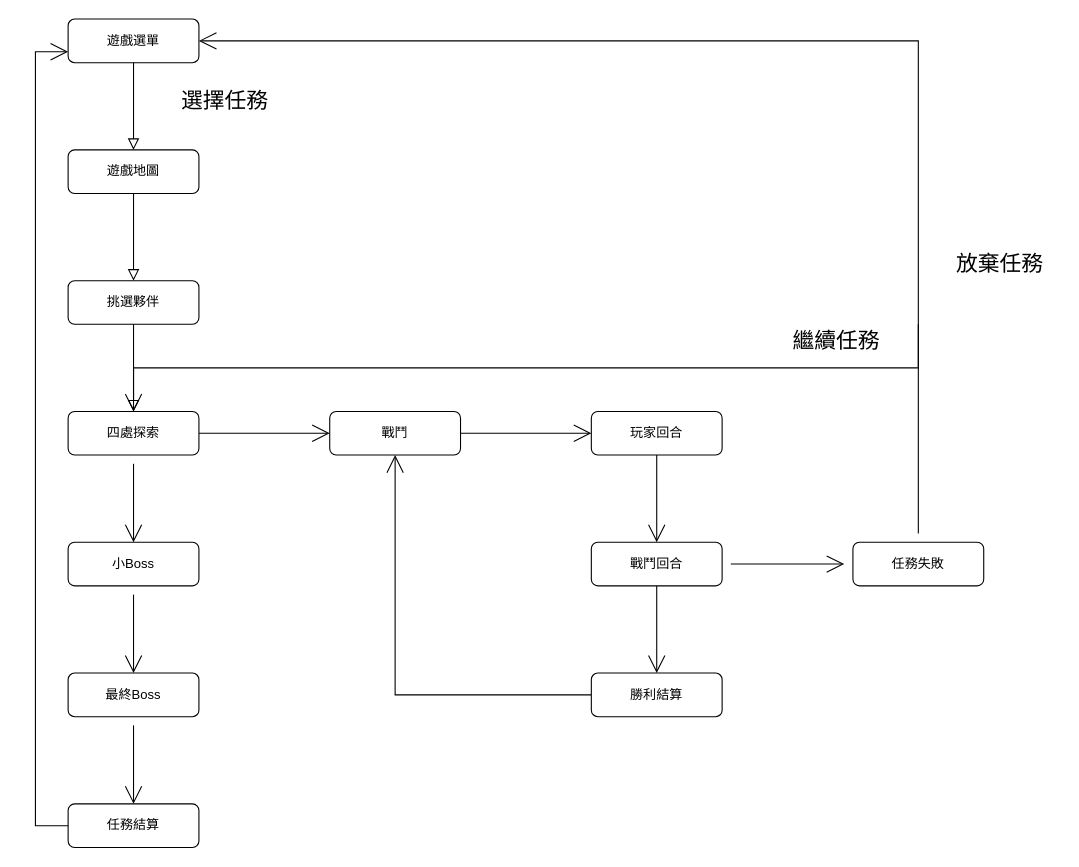
Before: 惑興祕法遊戲流程.drawio in Lex-H/2_magic_planet, a draw.io diagram. Source tidied: cells renumbered, new cells numbered last; positions are measured from the earlier drawing's top-left corner, leaving out a move shared by most shapes. Both pictures are drawn from the tidied source at 109%, with x=0, y=0 at pixel (68, 19).
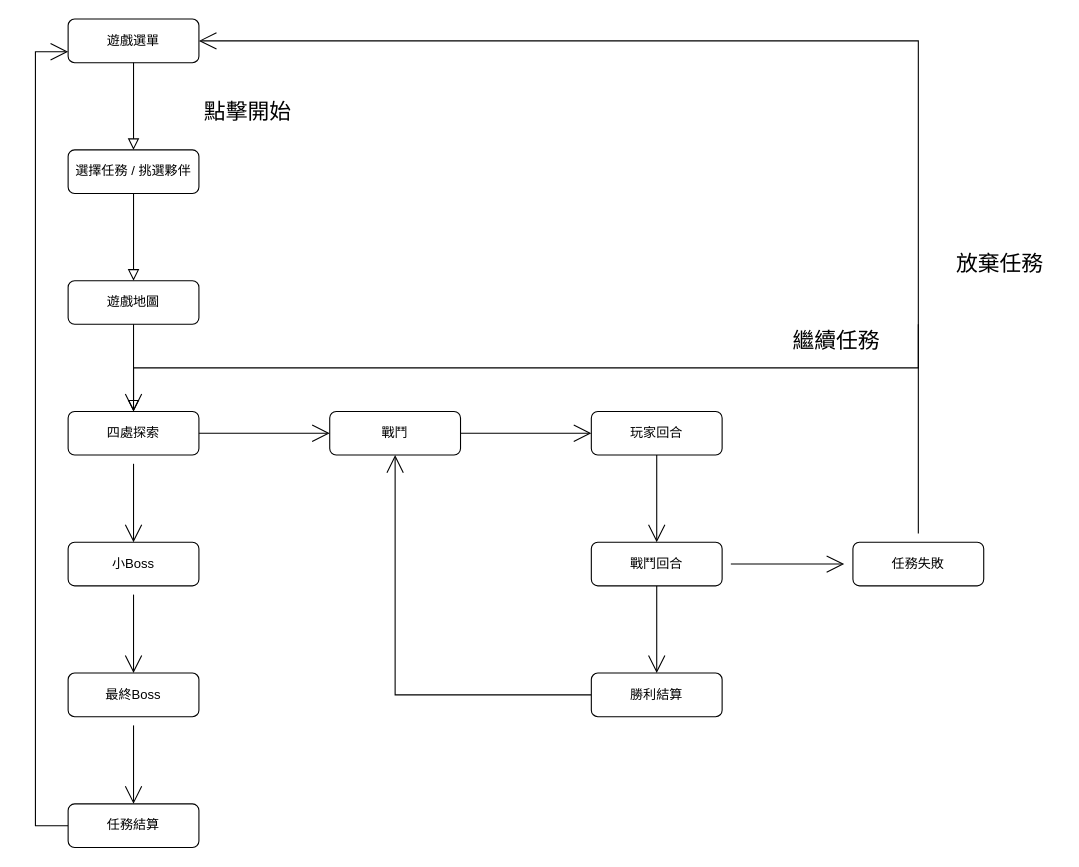
After the change.

What changed in the source:
```diff
@@
-    <mxCell id="4" value="遊戲地圖" style="rounded=1;whiteSpace=wrap;html=1;fontSize=12;glass=0;strokeWidth=1;shadow=0;" parent="1" vertex="1">
+    <mxCell id="4" value="選擇任務 / 挑選夥伴" style="rounded=1;whiteSpace=wrap;html=1;fontSize=12;glass=0;strokeWidth=1;shadow=0;" parent="1" vertex="1">
       <mxGeometry y="120" width="120" height="40" as="geometry" />
     </mxCell>
@@
-    <mxCell id="13" value="挑選夥伴" style="rounded=1;whiteSpace=wrap;html=1;fontSize=12;glass=0;strokeWidth=1;shadow=0;" parent="1" vertex="1">
+    <mxCell id="13" value="遊戲地圖" style="rounded=1;whiteSpace=wrap;html=1;fontSize=12;glass=0;strokeWidth=1;shadow=0;" parent="1" vertex="1">
       <mxGeometry y="240" width="120" height="40" as="geometry" />
     </mxCell>
@@
-    <mxCell id="31" value="選擇任務" style="text;strokeColor=none;align=center;fillColor=none;html=1;verticalAlign=middle;whiteSpace=wrap;rounded=0;fontSize=20;fontFamily=Architects Daughter;" parent="1" vertex="1">
-      <mxGeometry x="94" y="60" width="100" height="30" as="geometry" />
-    </mxCell>
+    <mxCell id="32" value="點擊開始" style="text;strokeColor=none;align=center;fillColor=none;html=1;verticalAlign=middle;whiteSpace=wrap;rounded=0;fontSize=20;fontFamily=Architects Daughter;" parent="1" vertex="1">
+      <mxGeometry x="120" y="70" width="90" height="30" as="geometry" />
+    </mxCell>
```
